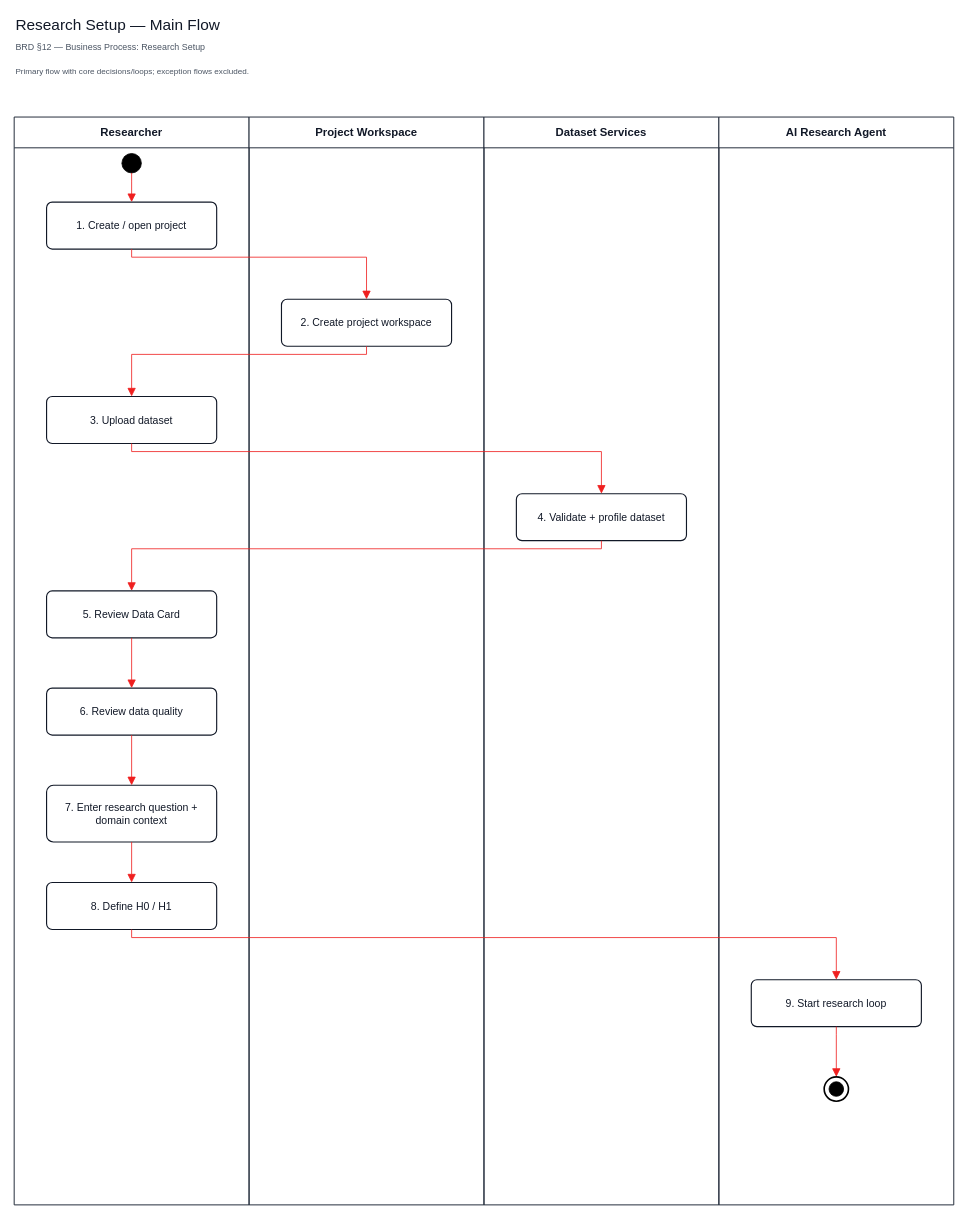
Earlier version of the draw.io diagram page "Research Setup — Main Flow" (1 of 10) of diagrams/activity-diagrams/AI-Research-Experimentation-Platform-Activity-Main-Flows.drawio (capstone-project-beyond8/capstone-project-docs). Source tidied: cells renumbered, new cells numbered last; positions are measured from the earlier drawing's top-left corner, leaving out a move shared by most shapes. Both pictures are drawn from the tidied source at 81%, with x=0, y=0 at pixel (14, 14).
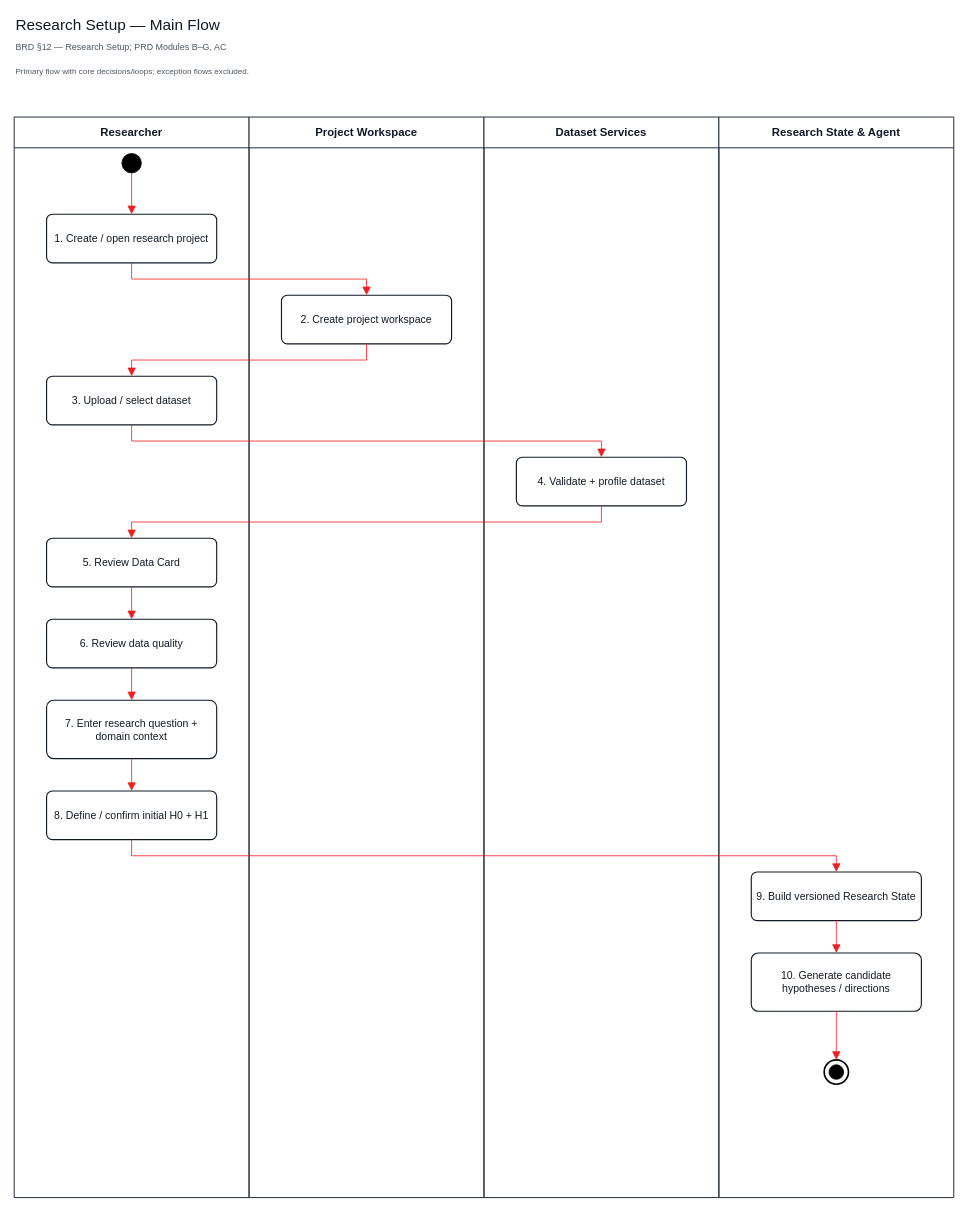
Above is the later version.

The change refers to these unchanged cells:
```xml
<mxCell id="9" style="ellipse;html=1;fillColor=#000000;strokeColor=#000000;strokeWidth=1;" parent="5" vertex="1">
  <mxGeometry x="133" y="45" width="24" height="24" as="geometry" />
</mxCell>
```

Change to the diagram source:
```diff
@@
-    <mxCell id="3" value="BRD §12 — Business Process: Research Setup" style="text;html=1;whiteSpace=wrap;align=left;verticalAlign=middle;fontColor=#4b5563;fontFamily=Helvetica;fontSize=11;" parent="1" vertex="1">
-      <mxGeometry y="30" width="1160" height="22" as="geometry" />
-    </mxCell>
+    <mxCell id="31" value="BRD §12 — Research Setup; PRD Modules B–G, AC" style="text;html=1;whiteSpace=wrap;align=left;verticalAlign=middle;fontColor=#4b5563;fontFamily=Helvetica;fontSize=11;" parent="1" vertex="1">
+      <mxGeometry y="30" width="1160" height="22" as="geometry" />
+    </mxCell>
@@
     <mxCell id="5" value="Researcher" style="swimlane;html=1;horizontal=1;startSize=38;whiteSpace=wrap;fillColor=#ffffff;strokeColor=#1f2937;strokeWidth=1.2;fontColor=#111827;fontFamily=Helvetica;fontSize=14;fontStyle=1;" parent="1" vertex="1">
-      <mxGeometry y="127" width="290" height="1343" as="geometry" />
+      <mxGeometry y="127" width="290" height="1334" as="geometry" />
     </mxCell>
     <mxCell id="6" value="Project Workspace" style="swimlane;html=1;horizontal=1;startSize=38;whiteSpace=wrap;fillColor=#ffffff;strokeColor=#1f2937;strokeWidth=1.2;fontColor=#111827;fontFamily=Helvetica;fontSize=14;fontStyle=1;" parent="1" vertex="1">
-      <mxGeometry x="290" y="127" width="290" height="1343" as="geometry" />
+      <mxGeometry x="290" y="127" width="290" height="1334" as="geometry" />
     </mxCell>
     <mxCell id="7" value="Dataset Services" style="swimlane;html=1;horizontal=1;startSize=38;whiteSpace=wrap;fillColor=#ffffff;strokeColor=#1f2937;strokeWidth=1.2;fontColor=#111827;fontFamily=Helvetica;fontSize=14;fontStyle=1;" parent="1" vertex="1">
-      <mxGeometry x="580" y="127" width="290" height="1343" as="geometry" />
+      <mxGeometry x="580" y="127" width="290" height="1334" as="geometry" />
     </mxCell>
-    <mxCell id="8" value="AI Research Agent" style="swimlane;html=1;horizontal=1;startSize=38;whiteSpace=wrap;fillColor=#ffffff;strokeColor=#1f2937;strokeWidth=1.2;fontColor=#111827;fontFamily=Helvetica;fontSize=14;fontStyle=1;" parent="1" vertex="1">
-      <mxGeometry x="870" y="127" width="290" height="1343" as="geometry" />
-    </mxCell>
+    <mxCell id="32" value="Research State &amp; Agent" style="swimlane;html=1;horizontal=1;startSize=38;whiteSpace=wrap;fillColor=#ffffff;strokeColor=#1f2937;strokeWidth=1.2;fontColor=#111827;fontFamily=Helvetica;fontSize=14;fontStyle=1;" parent="1" vertex="1">
+      <mxGeometry x="870" y="127" width="290" height="1334" as="geometry" />
+    </mxCell>
@@
-    <mxCell id="10" value="1. Create / open project" style="rounded=1;arcSize=12;whiteSpace=wrap;html=1;align=center;verticalAlign=middle;fillColor=#ffffff;strokeColor=#111827;strokeWidth=1.4;fontColor=#111827;fontFamily=Helvetica;fontSize=13;spacing=6;" parent="5" vertex="1">
-      <mxGeometry x="40" y="105" width="210" height="58" as="geometry" />
-    </mxCell>
+    <mxCell id="33" value="1. Create / open research project" style="rounded=1;arcSize=12;whiteSpace=wrap;html=1;align=center;verticalAlign=middle;fillColor=#ffffff;strokeColor=#111827;strokeWidth=1.4;fontColor=#111827;fontFamily=Helvetica;fontSize=13;spacing=6;" parent="5" vertex="1">
+      <mxGeometry x="40" y="120" width="210" height="60" as="geometry" />
+    </mxCell>
     <mxCell id="11" value="2. Create project workspace" style="rounded=1;arcSize=12;whiteSpace=wrap;html=1;align=center;verticalAlign=middle;fillColor=#ffffff;strokeColor=#111827;strokeWidth=1.4;fontColor=#111827;fontFamily=Helvetica;fontSize=13;spacing=6;" parent="6" vertex="1">
-      <mxGeometry x="40" y="225" width="210" height="58" as="geometry" />
+      <mxGeometry x="40" y="220" width="210" height="60" as="geometry" />
     </mxCell>
-    <mxCell id="12" value="3. Upload dataset" style="rounded=1;arcSize=12;whiteSpace=wrap;html=1;align=center;verticalAlign=middle;fillColor=#ffffff;strokeColor=#111827;strokeWidth=1.4;fontColor=#111827;fontFamily=Helvetica;fontSize=13;spacing=6;" parent="5" vertex="1">
-      <mxGeometry x="40" y="345" width="210" height="58" as="geometry" />
-    </mxCell>
+    <mxCell id="34" value="3. Upload / select dataset" style="rounded=1;arcSize=12;whiteSpace=wrap;html=1;align=center;verticalAlign=middle;fillColor=#ffffff;strokeColor=#111827;strokeWidth=1.4;fontColor=#111827;fontFamily=Helvetica;fontSize=13;spacing=6;" parent="5" vertex="1">
+      <mxGeometry x="40" y="320" width="210" height="60" as="geometry" />
+    </mxCell>
     <mxCell id="13" value="4. Validate + profile dataset" style="rounded=1;arcSize=12;whiteSpace=wrap;html=1;align=center;verticalAlign=middle;fillColor=#ffffff;strokeColor=#111827;strokeWidth=1.4;fontColor=#111827;fontFamily=Helvetica;fontSize=13;spacing=6;" parent="7" vertex="1">
-      <mxGeometry x="40" y="465" width="210" height="58" as="geometry" />
+      <mxGeometry x="40" y="420" width="210" height="60" as="geometry" />
     </mxCell>
     <mxCell id="14" value="5. Review Data Card" style="rounded=1;arcSize=12;whiteSpace=wrap;html=1;align=center;verticalAlign=middle;fillColor=#ffffff;strokeColor=#111827;strokeWidth=1.4;fontColor=#111827;fontFamily=Helvetica;fontSize=13;spacing=6;" parent="5" vertex="1">
-      <mxGeometry x="40" y="585" width="210" height="58" as="geometry" />
+      <mxGeometry x="40" y="520" width="210" height="60" as="geometry" />
     </mxCell>
     <mxCell id="15" value="6. Review data quality" style="rounded=1;arcSize=12;whiteSpace=wrap;html=1;align=center;verticalAlign=middle;fillColor=#ffffff;strokeColor=#111827;strokeWidth=1.4;fontColor=#111827;fontFamily=Helvetica;fontSize=13;spacing=6;" parent="5" vertex="1">
-      <mxGeometry x="40" y="705" width="210" height="58" as="geometry" />
+      <mxGeometry x="40" y="620" width="210" height="60" as="geometry" />
     </mxCell>
     <mxCell id="16" value="7. Enter research question + domain context" style="rounded=1;arcSize=12;whiteSpace=wrap;html=1;align=center;verticalAlign=middle;fillColor=#ffffff;strokeColor=#111827;strokeWidth=1.4;fontColor=#111827;fontFamily=Helvetica;fontSize=13;spacing=6;" parent="5" vertex="1">
-      <mxGeometry x="40" y="825" width="210" height="70" as="geometry" />
+      <mxGeometry x="40" y="720" width="210" height="72" as="geometry" />
     </mxCell>
-    <mxCell id="17" value="8. Define H0 / H1" style="rounded=1;arcSize=12;whiteSpace=wrap;html=1;align=center;verticalAlign=middle;fillColor=#ffffff;strokeColor=#111827;strokeWidth=1.4;fontColor=#111827;fontFamily=Helvetica;fontSize=13;spacing=6;" parent="5" vertex="1">
-      <mxGeometry x="40" y="945" width="210" height="58" as="geometry" />
-    </mxCell>
-    <mxCell id="18" value="9. Start research loop" style="rounded=1;arcSize=12;whiteSpace=wrap;html=1;align=center;verticalAlign=middle;fillColor=#ffffff;strokeColor=#111827;strokeWidth=1.4;fontColor=#111827;fontFamily=Helvetica;fontSize=13;spacing=6;" parent="8" vertex="1">
-      <mxGeometry x="40" y="1065" width="210" height="58" as="geometry" />
-    </mxCell>
-    <mxCell id="19" style="ellipse;html=1;fillColor=#ffffff;strokeColor=#000000;strokeWidth=2;" parent="8" vertex="1">
-      <mxGeometry x="130" y="1185" width="30" height="30" as="geometry" />
-    </mxCell>
+    <mxCell id="35" value="8. Define / confirm initial H0 + H1" style="rounded=1;arcSize=12;whiteSpace=wrap;html=1;align=center;verticalAlign=middle;fillColor=#ffffff;strokeColor=#111827;strokeWidth=1.4;fontColor=#111827;fontFamily=Helvetica;fontSize=13;spacing=6;" parent="5" vertex="1">
+      <mxGeometry x="40" y="832" width="210" height="60" as="geometry" />
+    </mxCell>
+    <mxCell id="36" value="9. Build versioned Research State" style="rounded=1;arcSize=12;whiteSpace=wrap;html=1;align=center;verticalAlign=middle;fillColor=#ffffff;strokeColor=#111827;strokeWidth=1.4;fontColor=#111827;fontFamily=Helvetica;fontSize=13;spacing=6;" parent="32" vertex="1">
+      <mxGeometry x="40" y="932" width="210" height="60" as="geometry" />
+    </mxCell>
+    <mxCell id="37" value="10. Generate candidate hypotheses / directions" style="rounded=1;arcSize=12;whiteSpace=wrap;html=1;align=center;verticalAlign=middle;fillColor=#ffffff;strokeColor=#111827;strokeWidth=1.4;fontColor=#111827;fontFamily=Helvetica;fontSize=13;spacing=6;" parent="32" vertex="1">
+      <mxGeometry x="40" y="1032" width="210" height="72" as="geometry" />
+    </mxCell>
+    <mxCell id="38" style="ellipse;html=1;fillColor=#ffffff;strokeColor=#000000;strokeWidth=2;" parent="32" vertex="1">
+      <mxGeometry x="130" y="1164" width="30" height="30" as="geometry" />
+    </mxCell>
-    <mxCell id="20" style="ellipse;html=1;fillColor=#000000;strokeColor=#000000;strokeWidth=1;" parent="19" vertex="1">
+    <mxCell id="20" style="ellipse;html=1;fillColor=#000000;strokeColor=#000000;strokeWidth=1;" parent="38" vertex="1">
       <mxGeometry x="6" y="6" width="18" height="18" as="geometry" />
     </mxCell>
-    <mxCell id="21" style="edgeStyle=orthogonalEdgeStyle;rounded=0;jettySize=auto;html=1;endArrow=block;endSize=8;strokeColor=#ef1f1f;fontColor=#111827;fontFamily=Helvetica;fontSize=11;labelBackgroundColor=#ffffff;exitX=0.5;exitY=1.0;exitDx=0;exitDy=0;entryX=0.5;entryY=0.0;entryDx=0;entryDy=0;" parent="1" edge="1" source="9" target="10">
-      <mxGeometry relative="1" as="geometry">
-        <Array as="points">
-          <mxPoint x="145" y="206" />
-          <mxPoint x="145" y="206" />
-          <mxPoint x="145" y="222" />
-        </Array>
-      </mxGeometry>
-    </mxCell>
-    <mxCell id="22" style="edgeStyle=orthogonalEdgeStyle;rounded=0;jettySize=auto;html=1;endArrow=block;endSize=8;strokeColor=#ef1f1f;fontColor=#111827;fontFamily=Helvetica;fontSize=11;labelBackgroundColor=#ffffff;exitX=0.5;exitY=1.0;exitDx=0;exitDy=0;entryX=0.5;entryY=0.0;entryDx=0;entryDy=0;" parent="1" edge="1" source="10" target="11">
-      <mxGeometry relative="1" as="geometry">
-        <Array as="points">
-          <mxPoint x="145" y="300" />
-          <mxPoint x="435" y="300" />
-          <mxPoint x="435" y="342" />
-        </Array>
-      </mxGeometry>
-    </mxCell>
-    <mxCell id="23" style="edgeStyle=orthogonalEdgeStyle;rounded=0;jettySize=auto;html=1;endArrow=block;endSize=8;strokeColor=#ef1f1f;fontColor=#111827;fontFamily=Helvetica;fontSize=11;labelBackgroundColor=#ffffff;exitX=0.5;exitY=1.0;exitDx=0;exitDy=0;entryX=0.5;entryY=0.0;entryDx=0;entryDy=0;" parent="1" edge="1" source="11" target="12">
-      <mxGeometry relative="1" as="geometry">
-        <Array as="points">
-          <mxPoint x="435" y="420" />
-          <mxPoint x="145" y="420" />
-          <mxPoint x="145" y="462" />
-        </Array>
-      </mxGeometry>
-    </mxCell>
-    <mxCell id="24" style="edgeStyle=orthogonalEdgeStyle;rounded=0;jettySize=auto;html=1;endArrow=block;endSize=8;strokeColor=#ef1f1f;fontColor=#111827;fontFamily=Helvetica;fontSize=11;labelBackgroundColor=#ffffff;exitX=0.5;exitY=1.0;exitDx=0;exitDy=0;entryX=0.5;entryY=0.0;entryDx=0;entryDy=0;" parent="1" edge="1" source="12" target="13">
-      <mxGeometry relative="1" as="geometry">
-        <Array as="points">
-          <mxPoint x="145" y="540" />
-          <mxPoint x="725" y="540" />
-          <mxPoint x="725" y="582" />
-        </Array>
-      </mxGeometry>
-    </mxCell>
+    <mxCell id="39" style="edgeStyle=orthogonalEdgeStyle;rounded=0;jettySize=auto;html=1;endArrow=block;endSize=8;endFill=1;strokeColor=#ef1f1f;fontColor=#111827;fontFamily=Helvetica;fontSize=11;labelBackgroundColor=#ffffff;exitX=0.5;exitY=1.0;exitDx=0;exitDy=0;entryX=0.5;entryY=0.0;entryDx=0;entryDy=0;" parent="1" edge="1" source="9" target="33">
+      <mxGeometry relative="1" as="geometry" />
+    </mxCell>
+    <mxCell id="40" style="edgeStyle=orthogonalEdgeStyle;rounded=0;jettySize=auto;html=1;endArrow=block;endSize=8;endFill=1;strokeColor=#ef1f1f;fontColor=#111827;fontFamily=Helvetica;fontSize=11;labelBackgroundColor=#ffffff;exitX=0.5;exitY=1.0;exitDx=0;exitDy=0;entryX=0.5;entryY=0.0;entryDx=0;entryDy=0;" parent="1" edge="1" source="33" target="11">
+      <mxGeometry relative="1" as="geometry">
+        <Array as="points">
+          <mxPoint x="145" y="327" />
+          <mxPoint x="435" y="327" />
+        </Array>
+      </mxGeometry>
+    </mxCell>
+    <mxCell id="41" style="edgeStyle=orthogonalEdgeStyle;rounded=0;jettySize=auto;html=1;endArrow=block;endSize=8;endFill=1;strokeColor=#ef1f1f;fontColor=#111827;fontFamily=Helvetica;fontSize=11;labelBackgroundColor=#ffffff;exitX=0.5;exitY=1.0;exitDx=0;exitDy=0;entryX=0.5;entryY=0.0;entryDx=0;entryDy=0;" parent="1" edge="1" source="11" target="34">
+      <mxGeometry relative="1" as="geometry">
+        <Array as="points">
+          <mxPoint x="435" y="427" />
+          <mxPoint x="145" y="427" />
+        </Array>
+      </mxGeometry>
+    </mxCell>
+    <mxCell id="42" style="edgeStyle=orthogonalEdgeStyle;rounded=0;jettySize=auto;html=1;endArrow=block;endSize=8;endFill=1;strokeColor=#ef1f1f;fontColor=#111827;fontFamily=Helvetica;fontSize=11;labelBackgroundColor=#ffffff;exitX=0.5;exitY=1.0;exitDx=0;exitDy=0;entryX=0.5;entryY=0.0;entryDx=0;entryDy=0;" parent="1" edge="1" source="34" target="13">
+      <mxGeometry relative="1" as="geometry">
+        <Array as="points">
+          <mxPoint x="145" y="527" />
+          <mxPoint x="725" y="527" />
+        </Array>
+      </mxGeometry>
+    </mxCell>
-    <mxCell id="25" style="edgeStyle=orthogonalEdgeStyle;rounded=0;jettySize=auto;html=1;endArrow=block;endSize=8;strokeColor=#ef1f1f;fontColor=#111827;fontFamily=Helvetica;fontSize=11;labelBackgroundColor=#ffffff;exitX=0.5;exitY=1.0;exitDx=0;exitDy=0;entryX=0.5;entryY=0.0;entryDx=0;entryDy=0;" parent="1" edge="1" source="13" target="14">
+    <mxCell id="25" style="edgeStyle=orthogonalEdgeStyle;rounded=0;jettySize=auto;html=1;endArrow=block;endSize=8;endFill=1;strokeColor=#ef1f1f;fontColor=#111827;fontFamily=Helvetica;fontSize=11;labelBackgroundColor=#ffffff;exitX=0.5;exitY=1.0;exitDx=0;exitDy=0;entryX=0.5;entryY=0.0;entryDx=0;entryDy=0;" parent="1" edge="1" source="13" target="14">
       <mxGeometry relative="1" as="geometry">
         <Array as="points">
-          <mxPoint x="725" y="660" />
-          <mxPoint x="145" y="660" />
-          <mxPoint x="145" y="702" />
+          <mxPoint x="725" y="627" />
+          <mxPoint x="145" y="627" />
         </Array>
       </mxGeometry>
     </mxCell>
-    <mxCell id="26" style="edgeStyle=orthogonalEdgeStyle;rounded=0;jettySize=auto;html=1;endArrow=block;endSize=8;strokeColor=#ef1f1f;fontColor=#111827;fontFamily=Helvetica;fontSize=11;labelBackgroundColor=#ffffff;exitX=0.5;exitY=1.0;exitDx=0;exitDy=0;entryX=0.5;entryY=0.0;entryDx=0;entryDy=0;" parent="1" edge="1" source="14" target="15">
+    <mxCell id="26" style="edgeStyle=orthogonalEdgeStyle;rounded=0;jettySize=auto;html=1;endArrow=block;endSize=8;endFill=1;strokeColor=#ef1f1f;fontColor=#111827;fontFamily=Helvetica;fontSize=11;labelBackgroundColor=#ffffff;exitX=0.5;exitY=1.0;exitDx=0;exitDy=0;entryX=0.5;entryY=0.0;entryDx=0;entryDy=0;" parent="1" edge="1" source="14" target="15">
       <mxGeometry relative="1" as="geometry" />
     </mxCell>
-    <mxCell id="27" style="edgeStyle=orthogonalEdgeStyle;rounded=0;jettySize=auto;html=1;endArrow=block;endSize=8;strokeColor=#ef1f1f;fontColor=#111827;fontFamily=Helvetica;fontSize=11;labelBackgroundColor=#ffffff;exitX=0.5;exitY=1.0;exitDx=0;exitDy=0;entryX=0.5;entryY=0.0;entryDx=0;entryDy=0;" parent="1" edge="1" source="15" target="16">
+    <mxCell id="27" style="edgeStyle=orthogonalEdgeStyle;rounded=0;jettySize=auto;html=1;endArrow=block;endSize=8;endFill=1;strokeColor=#ef1f1f;fontColor=#111827;fontFamily=Helvetica;fontSize=11;labelBackgroundColor=#ffffff;exitX=0.5;exitY=1.0;exitDx=0;exitDy=0;entryX=0.5;entryY=0.0;entryDx=0;entryDy=0;" parent="1" edge="1" source="15" target="16">
       <mxGeometry relative="1" as="geometry" />
     </mxCell>
-    <mxCell id="28" style="edgeStyle=orthogonalEdgeStyle;rounded=0;jettySize=auto;html=1;endArrow=block;endSize=8;strokeColor=#ef1f1f;fontColor=#111827;fontFamily=Helvetica;fontSize=11;labelBackgroundColor=#ffffff;exitX=0.5;exitY=1.0;exitDx=0;exitDy=0;entryX=0.5;entryY=0.0;entryDx=0;entryDy=0;" parent="1" edge="1" source="16" target="17">
-      <mxGeometry relative="1" as="geometry" />
-    </mxCell>
-    <mxCell id="29" style="edgeStyle=orthogonalEdgeStyle;rounded=0;jettySize=auto;html=1;endArrow=block;endSize=8;strokeColor=#ef1f1f;fontColor=#111827;fontFamily=Helvetica;fontSize=11;labelBackgroundColor=#ffffff;exitX=0.5;exitY=1.0;exitDx=0;exitDy=0;entryX=0.5;entryY=0.0;entryDx=0;entryDy=0;" parent="1" edge="1" source="17" target="18">
-      <mxGeometry relative="1" as="geometry">
-        <Array as="points">
-          <mxPoint x="145" y="1140" />
-          <mxPoint x="1015" y="1140" />
-          <mxPoint x="1015" y="1182" />
-        </Array>
-      </mxGeometry>
-    </mxCell>
-    <mxCell id="30" style="edgeStyle=orthogonalEdgeStyle;rounded=0;jettySize=auto;html=1;endArrow=block;endSize=8;strokeColor=#ef1f1f;fontColor=#111827;fontFamily=Helvetica;fontSize=11;labelBackgroundColor=#ffffff;exitX=0.5;exitY=1.0;exitDx=0;exitDy=0;entryX=0.5;entryY=0.0;entryDx=0;entryDy=0;" parent="1" edge="1" source="18" target="19">
-      <mxGeometry relative="1" as="geometry">
-        <Array as="points">
-          <mxPoint x="1015" y="1260" />
-          <mxPoint x="1015" y="1260" />
-          <mxPoint x="1015" y="1302" />
-        </Array>
-      </mxGeometry>
-    </mxCell>
+    <mxCell id="43" style="edgeStyle=orthogonalEdgeStyle;rounded=0;jettySize=auto;html=1;endArrow=block;endSize=8;endFill=1;strokeColor=#ef1f1f;fontColor=#111827;fontFamily=Helvetica;fontSize=11;labelBackgroundColor=#ffffff;exitX=0.5;exitY=1.0;exitDx=0;exitDy=0;entryX=0.5;entryY=0.0;entryDx=0;entryDy=0;" parent="1" edge="1" source="16" target="35">
+      <mxGeometry relative="1" as="geometry" />
+    </mxCell>
+    <mxCell id="44" style="edgeStyle=orthogonalEdgeStyle;rounded=0;jettySize=auto;html=1;endArrow=block;endSize=8;endFill=1;strokeColor=#ef1f1f;fontColor=#111827;fontFamily=Helvetica;fontSize=11;labelBackgroundColor=#ffffff;exitX=0.5;exitY=1.0;exitDx=0;exitDy=0;entryX=0.5;entryY=0.0;entryDx=0;entryDy=0;" parent="1" edge="1" source="35" target="36">
+      <mxGeometry relative="1" as="geometry">
+        <Array as="points">
+          <mxPoint x="145" y="1039" />
+          <mxPoint x="1015" y="1039" />
+        </Array>
+      </mxGeometry>
+    </mxCell>
+    <mxCell id="45" style="edgeStyle=orthogonalEdgeStyle;rounded=0;jettySize=auto;html=1;endArrow=block;endSize=8;endFill=1;strokeColor=#ef1f1f;fontColor=#111827;fontFamily=Helvetica;fontSize=11;labelBackgroundColor=#ffffff;exitX=0.5;exitY=1.0;exitDx=0;exitDy=0;entryX=0.5;entryY=0.0;entryDx=0;entryDy=0;" parent="1" edge="1" source="36" target="37">
+      <mxGeometry relative="1" as="geometry" />
+    </mxCell>
+    <mxCell id="46" style="edgeStyle=orthogonalEdgeStyle;rounded=0;jettySize=auto;html=1;endArrow=block;endSize=8;endFill=1;strokeColor=#ef1f1f;fontColor=#111827;fontFamily=Helvetica;fontSize=11;labelBackgroundColor=#ffffff;exitX=0.5;exitY=1.0;exitDx=0;exitDy=0;entryX=0.5;entryY=0.0;entryDx=0;entryDy=0;" parent="1" edge="1" source="37" target="38">
+      <mxGeometry relative="1" as="geometry" />
+    </mxCell>
```
